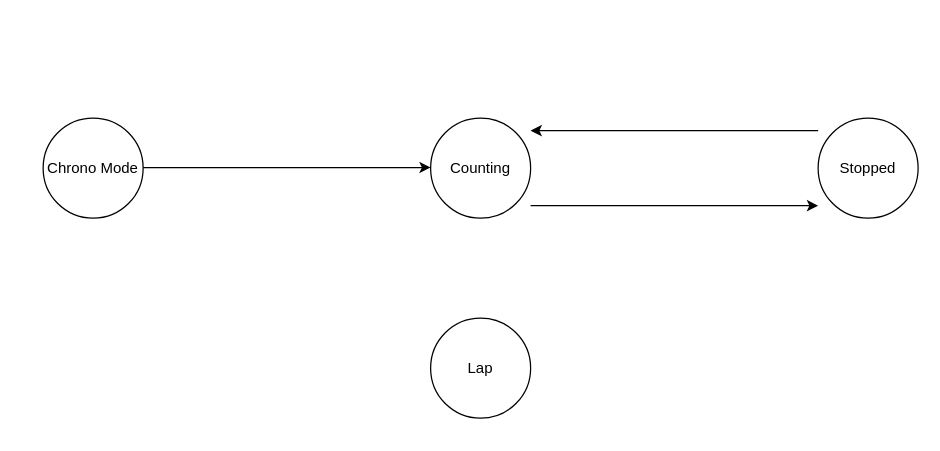
Before: page "stopwatch" (2 of 4) of Stopwatch FSM.drawio in epicfletch/UWE-Stopwatch-3LM, a draw.io diagram. Source tidied: cells renumbered, new cells numbered last; positions are measured from the earlier drawing's top-left corner, leaving out a move shared by most shapes. Both pictures are drawn from the tidied source at 125%, with x=0, y=0 at pixel (42, 118).
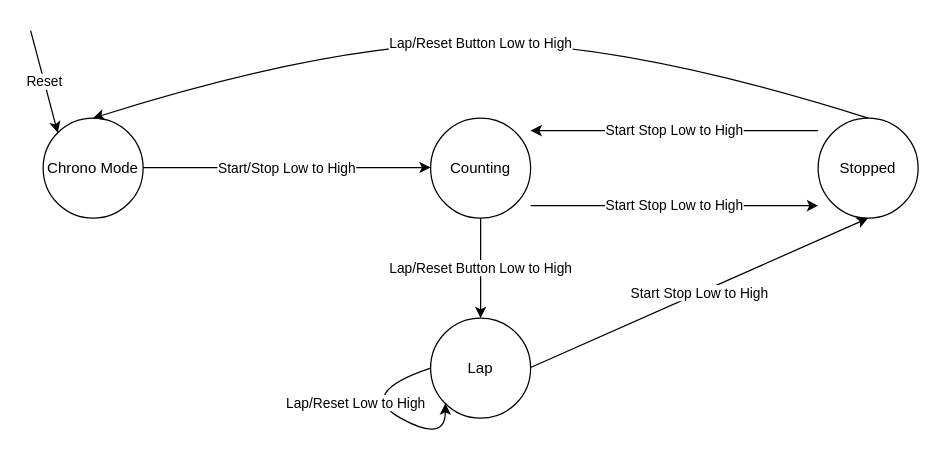
The same diagram, later.

Commit message:
Update to the Chrono FSM

Unchanged cells that the change refers to:
```xml
<mxCell id="2" value="Chrono Mode" style="ellipse;whiteSpace=wrap;html=1;" parent="1" vertex="1">
  <mxGeometry width="80" height="80" as="geometry" />
</mxCell>
<mxCell id="4" value="Stopped" style="ellipse;whiteSpace=wrap;html=1;" parent="1" vertex="1">
  <mxGeometry x="620" width="80" height="80" as="geometry" />
</mxCell>
<mxCell id="5" value="Lap" style="ellipse;whiteSpace=wrap;html=1;" parent="1" vertex="1">
  <mxGeometry x="310" y="160" width="80" height="80" as="geometry" />
</mxCell>
```

The edit, as a diff of the source:
```diff
@@
-    <mxCell id="6" style="endArrow=classic;html=1;rounded=0;exitX=1;exitY=0.5;exitDx=0;exitDy=0;entryX=0;entryY=0.5;entryDx=0;entryDy=0;" parent="1" edge="1">
+    <mxCell id="6" value="Start/Stop Low to High" style="endArrow=classic;html=1;rounded=0;exitX=1;exitY=0.5;exitDx=0;exitDy=0;entryX=0;entryY=0.5;entryDx=0;entryDy=0;" parent="1" edge="1">
       <mxGeometry relative="1" as="geometry">
         <mxPoint x="80" y="39.5" as="sourcePoint" />
         <mxPoint x="310" y="39.5" as="targetPoint" />
       </mxGeometry>
     </mxCell>
-    <mxCell id="7" style="endArrow=classic;html=1;rounded=0;exitX=1;exitY=0.5;exitDx=0;exitDy=0;entryX=0;entryY=0.5;entryDx=0;entryDy=0;" parent="1" edge="1">
+    <mxCell id="7" value="Start Stop Low to High" style="endArrow=classic;html=1;rounded=0;exitX=1;exitY=0.5;exitDx=0;exitDy=0;entryX=0;entryY=0.5;entryDx=0;entryDy=0;" parent="1" edge="1">
       <mxGeometry relative="1" as="geometry">
         <mxPoint x="390" y="70" as="sourcePoint" />
         <mxPoint x="620" y="70" as="targetPoint" />
       </mxGeometry>
     </mxCell>
-    <mxCell id="8" style="endArrow=classic;html=1;rounded=0;exitX=1;exitY=0.5;exitDx=0;exitDy=0;entryX=0;entryY=0.5;entryDx=0;entryDy=0;" parent="1" edge="1">
+    <mxCell id="8" value="Start Stop Low to High" style="endArrow=classic;html=1;rounded=0;exitX=1;exitY=0.5;exitDx=0;exitDy=0;entryX=0;entryY=0.5;entryDx=0;entryDy=0;" parent="1" edge="1">
       <mxGeometry relative="1" as="geometry">
         <mxPoint x="620" y="10" as="sourcePoint" />
         <mxPoint x="390" y="10" as="targetPoint" />
       </mxGeometry>
     </mxCell>
+    <mxCell id="9" value="Start Stop Low to High" style="endArrow=classic;html=1;rounded=0;exitX=1;exitY=0.5;exitDx=0;exitDy=0;entryX=0.5;entryY=1;entryDx=0;entryDy=0;" parent="1" edge="1" target="4">
+      <mxGeometry relative="1" as="geometry">
+        <mxPoint x="390" y="199.5" as="sourcePoint" />
+      </mxGeometry>
+    </mxCell>
+    <mxCell id="10" value="Lap/Reset Button Low to High" style="endArrow=classic;html=1;rounded=0;exitX=1;exitY=0.5;exitDx=0;exitDy=0;entryX=0.5;entryY=0;entryDx=0;entryDy=0;" parent="1" edge="1" target="5">
+      <mxGeometry relative="1" as="geometry">
+        <mxPoint x="350" y="80" as="sourcePoint" />
+      </mxGeometry>
+    </mxCell>
+    <mxCell id="11" value="Lap/Reset Low to High" style="curved=1;endArrow=classic;html=1;rounded=0;exitX=0;exitY=0.5;exitDx=0;exitDy=0;entryX=0;entryY=1;entryDx=0;entryDy=0;" parent="1" edge="1" source="5" target="5">
+      <mxGeometry x="-0.24" y="-7" relative="1" as="geometry">
+        <Array as="points">
+          <mxPoint x="250" y="220" />
+          <mxPoint x="322" y="260" />
+        </Array>
+      </mxGeometry>
+    </mxCell>
+    <mxCell id="12" value="Lap/Reset Button Low to High" style="curved=1;endArrow=classic;html=1;rounded=0;exitX=0.5;exitY=0;exitDx=0;exitDy=0;entryX=0.5;entryY=0;entryDx=0;entryDy=0;" parent="1" edge="1" source="4" target="2">
+      <mxGeometry relative="1" as="geometry">
+        <Array as="points">
+          <mxPoint x="470" y="-60" />
+          <mxPoint x="230" y="-60" />
+        </Array>
+      </mxGeometry>
+    </mxCell>
+    <mxCell id="13" value="Reset" style="endArrow=classic;html=1;rounded=0;entryX=0;entryY=0;entryDx=0;entryDy=0;" parent="1" edge="1" target="2">
+      <mxGeometry relative="1" as="geometry">
+        <mxPoint x="-10" y="-70" as="sourcePoint" />
+      </mxGeometry>
+    </mxCell>
```
